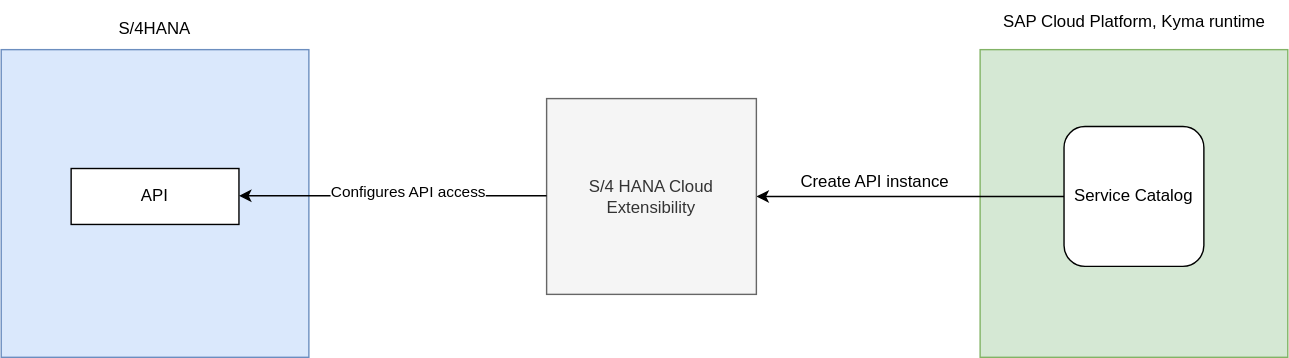
Before: sample-cloudsdk-java/assets/s4hana-api-config.svg, a diagram exported from draw.io (SAP-samples/kyma-runtime-extension-samples). Source tidied: cells renumbered, new cells last; positions are measured from the earlier drawing's top-left corner, leaving out a move shared by most shapes.
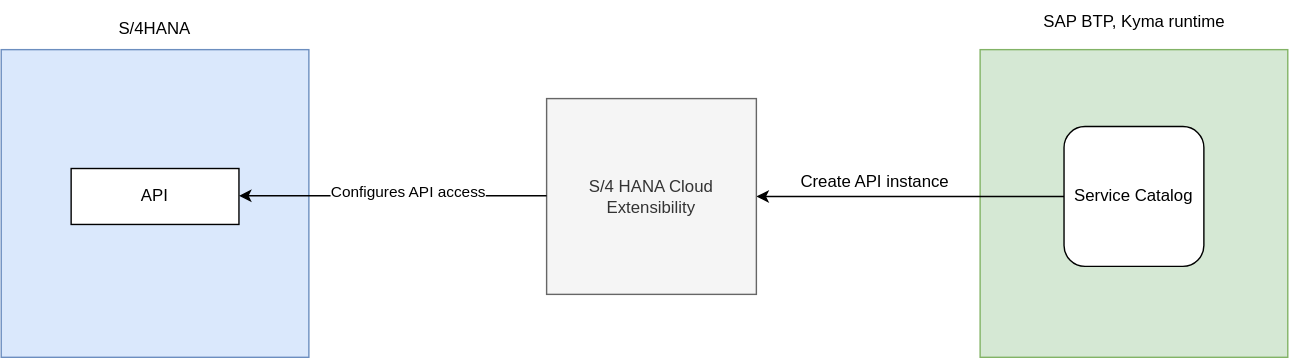
After the commit.

The edit, as a diff of the source:
```diff
@@ -5,7 +5,7 @@
     <mxCell id="2" style="whiteSpace=wrap;html=1;fillColor=#d5e8d4;strokeColor=#82b366;" parent="1" vertex="1">
       <mxGeometry x="700" y="35" width="220" height="220" as="geometry" />
     </mxCell>
-    <mxCell id="3" value="SAP Cloud Platform, Kyma runtime" style="text;html=1;strokeColor=none;fillColor=none;align=center;verticalAlign=middle;whiteSpace=wrap;rounded=0;" parent="1" vertex="1">
+    <mxCell id="3" value="SAP BTP, Kyma runtime" style="text;html=1;strokeColor=none;fillColor=none;align=center;verticalAlign=middle;whiteSpace=wrap;rounded=0;" parent="1" vertex="1">
       <mxGeometry x="702.5" width="215" height="30" as="geometry" />
     </mxCell>
     <mxCell id="4" style="edgeStyle=orthogonalEdgeStyle;rounded=0;jettySize=auto;html=1;entryX=1;entryY=0.5;entryDx=0;entryDy=0;" parent="1" edge="1" source="5" target="8">
```
